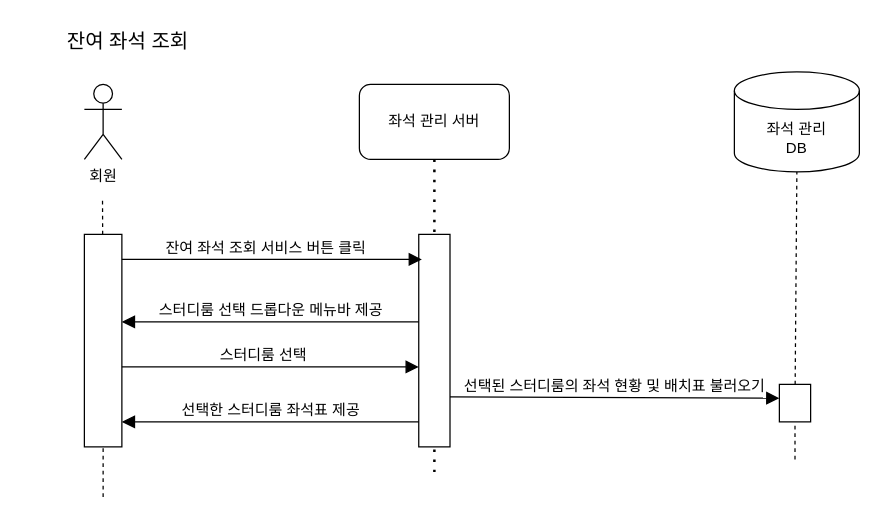
Above: page "잔여 좌석 조회" (3 of 7) of squenceDiagram.drawio in cherror/placeK (draw.io), before the change. Source tidied: cells renumbered, new cells numbered last; positions are measured from the earlier drawing's top-left corner, leaving out a move shared by most shapes. Both pictures are drawn from the tidied source at 125%, with x=0, y=0 at pixel (21, 21).
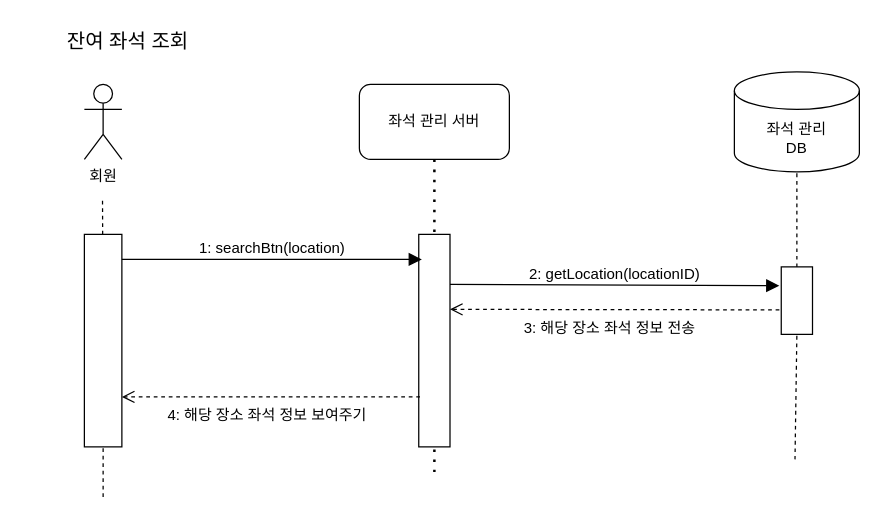
The same page after the edit.

Change to the diagram source:
```diff
@@
-    <mxCell id="10" value="잔여 좌석 조회 서비스 버튼 클릭" style="html=1;verticalAlign=bottom;endArrow=block;curved=0;rounded=0;fontSize=12;startSize=8;endSize=8;" parent="1" edge="1">
-      <mxGeometry relative="1" as="geometry">
+    <mxCell id="10" value="1: searchBtn(location)" style="html=1;verticalAlign=bottom;endArrow=block;curved=0;rounded=0;fontSize=12;startSize=8;endSize=8;" parent="1" edge="1">
+      <mxGeometry x="0.04" relative="1" as="geometry">
         <mxPoint x="70" y="190" as="sourcePoint" />
         <mxPoint x="320" y="190" as="targetPoint" />
       </mxGeometry>
     </mxCell>
@@
     <mxCell id="12" style="rounded=0;whiteSpace=wrap;html=1;" parent="1" vertex="1">
-      <mxGeometry x="606" y="290" width="25" height="30" as="geometry" />
+      <mxGeometry x="607.5" y="196" width="25" height="54" as="geometry" />
     </mxCell>
-    <mxCell id="13" value="선택된 스터디룸의 좌석 현황 및 배치표 불러오기" style="html=1;verticalAlign=bottom;endArrow=block;curved=0;rounded=0;fontSize=12;startSize=8;endSize=8;entryX=0;entryY=0.5;entryDx=0;entryDy=0;" parent="1" edge="1">
+    <mxCell id="13" value="2: getLocation(locationID)" style="html=1;verticalAlign=bottom;endArrow=block;curved=0;rounded=0;fontSize=12;startSize=8;endSize=8;entryX=0;entryY=0.5;entryDx=0;entryDy=0;" parent="1" edge="1">
       <mxGeometry relative="1" as="geometry">
-        <mxPoint x="342.5" y="300" as="sourcePoint" />
-        <mxPoint x="606" y="301" as="targetPoint" />
+        <mxPoint x="342.5" y="210" as="sourcePoint" />
+        <mxPoint x="606" y="211" as="targetPoint" />
       </mxGeometry>
     </mxCell>
-    <mxCell id="14" value="스터디룸 선택 드롭다운 메뉴바 제공" style="html=1;verticalAlign=bottom;endArrow=block;curved=0;rounded=0;fontSize=12;startSize=8;endSize=8;exitX=-0.033;exitY=0.848;exitDx=0;exitDy=0;exitPerimeter=0;" parent="1" edge="1">
-      <mxGeometry relative="1" as="geometry">
-        <mxPoint x="317.5" y="240" as="sourcePoint" />
-        <mxPoint x="80" y="240" as="targetPoint" />
-      </mxGeometry>
-    </mxCell>
@@
-    <mxCell id="16" value="스터디룸 선택" style="html=1;verticalAlign=bottom;endArrow=block;curved=0;rounded=0;fontSize=12;startSize=8;endSize=8;" parent="1" edge="1">
-      <mxGeometry relative="1" as="geometry">
-        <mxPoint x="67.5" y="276" as="sourcePoint" />
-        <mxPoint x="317.5" y="276" as="targetPoint" />
-      </mxGeometry>
-    </mxCell>
@@
-    <mxCell id="19" value="선택한 스터디룸 좌석표 제공" style="html=1;verticalAlign=bottom;endArrow=block;curved=0;rounded=0;fontSize=12;startSize=8;endSize=8;exitX=-0.033;exitY=0.848;exitDx=0;exitDy=0;exitPerimeter=0;" parent="1" edge="1">
-      <mxGeometry relative="1" as="geometry">
-        <mxPoint x="317.5" y="320" as="sourcePoint" />
-        <mxPoint x="80" y="320" as="targetPoint" />
-      </mxGeometry>
-    </mxCell>
+    <mxCell id="20" value="3: 해당 장소 좌석 정보 전송" style="html=1;verticalAlign=bottom;endArrow=open;dashed=1;endSize=8;curved=0;rounded=0;fontSize=12;exitX=0;exitY=0.5;exitDx=0;exitDy=0;" parent="1" edge="1">
+      <mxGeometry x="0.03" y="24" relative="1" as="geometry">
+        <mxPoint x="606" y="230.4" as="sourcePoint" />
+        <mxPoint x="342.5" y="230" as="targetPoint" />
+      </mxGeometry>
+    </mxCell>
+    <mxCell id="21" value="4: 해당 장소 좌석 정보 보여주기" style="html=1;verticalAlign=bottom;endArrow=open;dashed=1;endSize=8;curved=0;rounded=0;fontSize=12;exitX=0.009;exitY=0.346;exitDx=0;exitDy=0;exitPerimeter=0;entryX=0.975;entryY=0.346;entryDx=0;entryDy=0;entryPerimeter=0;" parent="1" edge="1">
+      <mxGeometry x="0.03" y="24" relative="1" as="geometry">
+        <mxPoint x="318.5" y="300" as="sourcePoint" />
+        <mxPoint x="80" y="300" as="targetPoint" />
+      </mxGeometry>
+    </mxCell>
```
